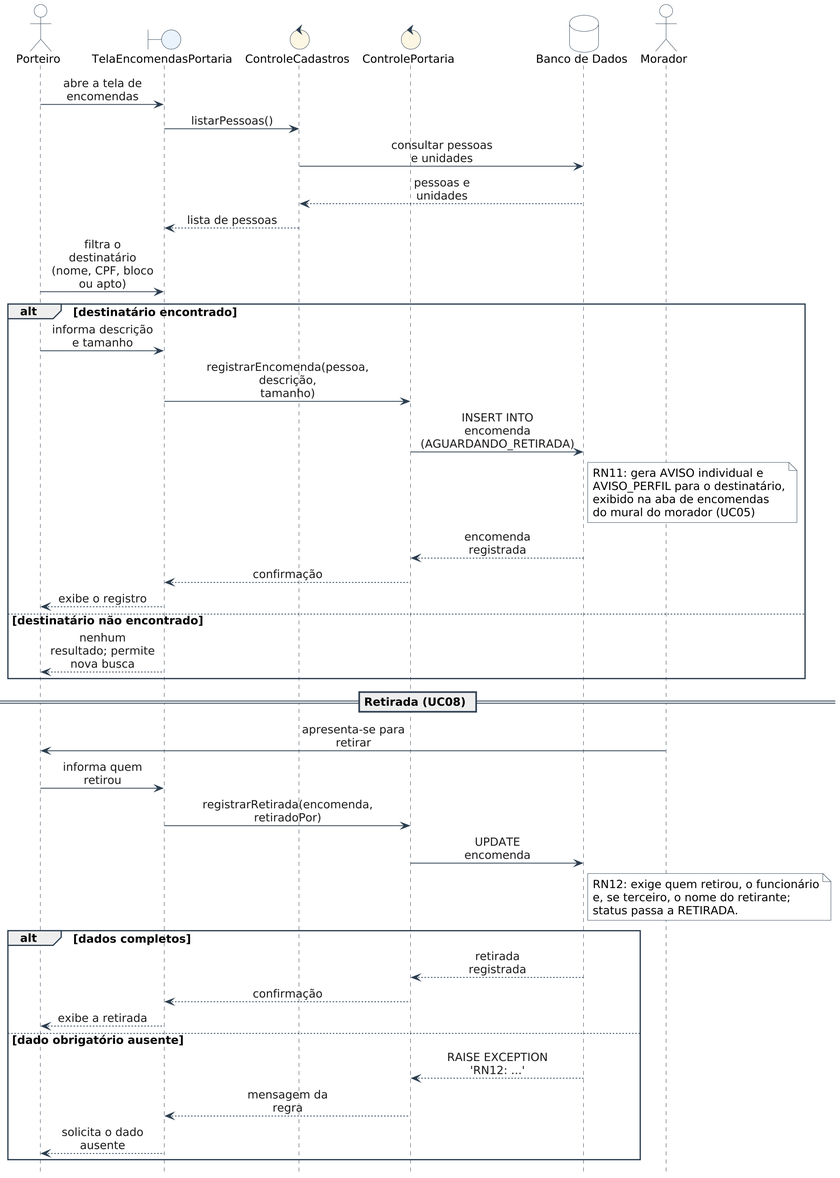
Above: Documentos/diagramas/diagramas_sequencia/06_seq_uc07.png in jvmuka/OASIS (PlantUML), before the change.
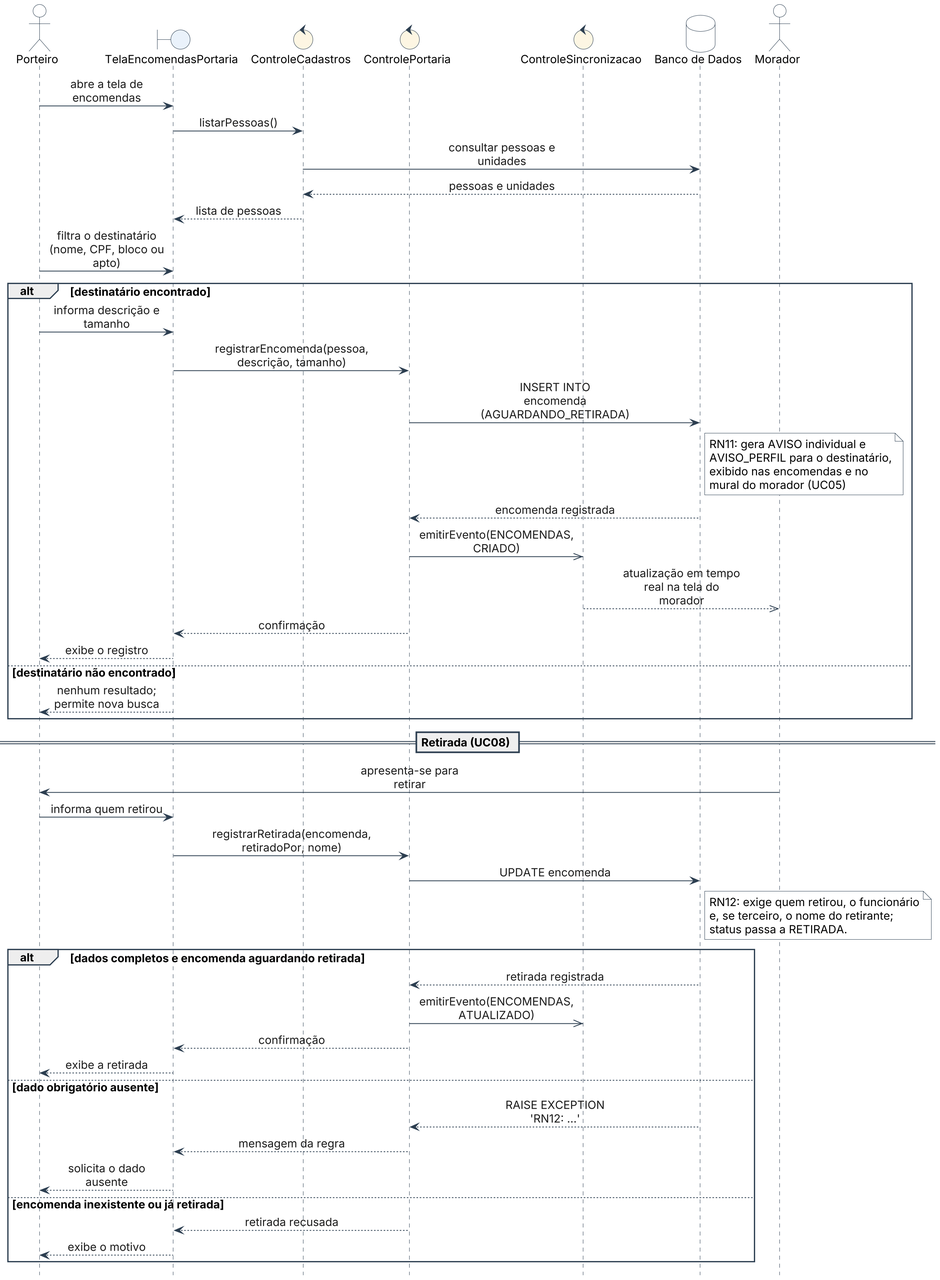
Later version of the same file.

Change to the diagram source:
```diff
@@ -1,49 +1,10 @@
 @startuml 06_seq_uc07
-skinparam dpi 200
-skinparam backgroundColor #FFFFFF
-skinparam defaultFontName Arial
-skinparam defaultFontSize 14
-skinparam shadowing false
-skinparam sequenceMessageAlign center
-skinparam responseMessageBelowArrow true
-skinparam ArrowColor #2C3E50
-skinparam ArrowFontColor #1A1A1A
-skinparam sequence {
-  LifeLineBorderColor #2C3E50
-  ParticipantBorderColor #2C3E50
-  ParticipantBackgroundColor #FFFFFF
-  ActorBorderColor #2C3E50
-  ActorBackgroundColor #FFFFFF
-  BoxBorderColor #2C3E50
-  GroupBorderColor #2C3E50
-  GroupHeaderFontStyle bold
-  DividerBorderColor #2C3E50
-}
-skinparam boundary {
-  BackgroundColor #EAF2FB
-  BorderColor #2C3E50
-}
-skinparam control {
-  BackgroundColor #FDF6E3
-  BorderColor #2C3E50
-}
-skinparam database {
-  BackgroundColor #FFFFFF
-  BorderColor #2C3E50
-}
-skinparam note {
-  BackgroundColor #FFFFFF
-  BorderColor #2C3E50
-}
-hide footbox
-skinparam maxMessageSize 130
-skinparam ParticipantPadding 4
-skinparam BoxPadding 4
-
+!include cabecalho.iuml
 actor "Porteiro" as P
 boundary "TelaEncomendasPortaria" as T
 control "ControleCadastros" as CC
 control "ControlePortaria" as C
+control "ControleSincronizacao" as S
 database "Banco de Dados" as BD
 actor "Morador" as M
 
@@ -60,10 +21,12 @@
   note right of BD
     RN11: gera AVISO individual e
     AVISO_PERFIL para o destinatário,
-    exibido na aba de encomendas
-    do mural do morador (UC05)
+    exibido nas encomendas e no
+    mural do morador (UC05)
   end note
   BD --> C : encomenda registrada
+  C ->> S : emitirEvento(ENCOMENDAS, CRIADO)
+  S -->> M : atualização em tempo real na tela do morador
   C --> T : confirmação
   T --> P : exibe o registro
 else destinatário não encontrado
@@ -72,20 +35,24 @@
 == Retirada (UC08) ==
 M -> P : apresenta-se para retirar
 P -> T : informa quem retirou
-T -> C : registrarRetirada(encomenda, retiradoPor)
+T -> C : registrarRetirada(encomenda, retiradoPor, nome)
 C -> BD : UPDATE encomenda
 note right of BD
   RN12: exige quem retirou, o funcionário
   e, se terceiro, o nome do retirante;
   status passa a RETIRADA.
 end note
-alt dados completos
+alt dados completos e encomenda aguardando retirada
   BD --> C : retirada registrada
+  C ->> S : emitirEvento(ENCOMENDAS, ATUALIZADO)
   C --> T : confirmação
   T --> P : exibe a retirada
 else dado obrigatório ausente
   BD --> C : RAISE EXCEPTION 'RN12: ...'
   C --> T : mensagem da regra
   T --> P : solicita o dado ausente
+else encomenda inexistente ou já retirada
+  C --> T : retirada recusada
+  T --> P : exibe o motivo
 end
 @enduml
```
